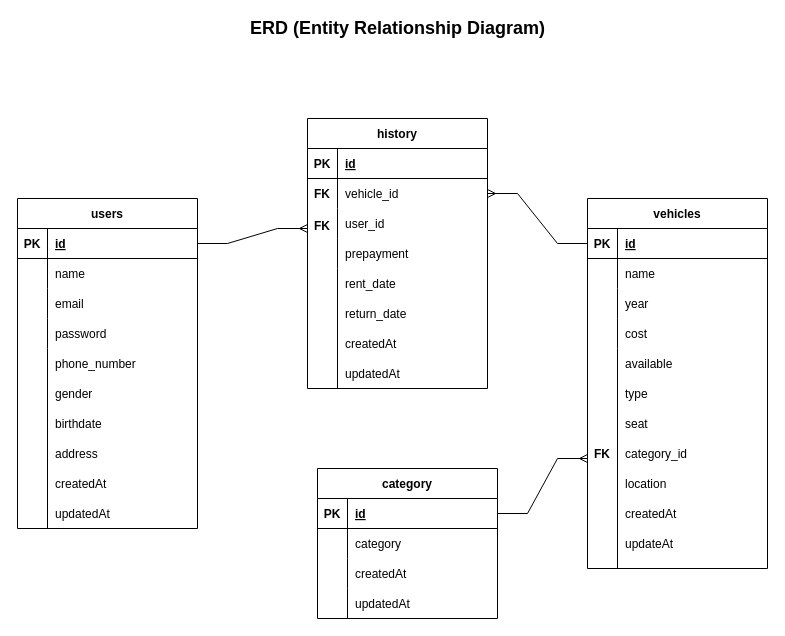
This is page "ERD" (5 of 5) of Flowchart and ERD.drawio from asherginting/Go-Rental-Backend, a draw.io file, before an edit. Source tidied: cells renumbered, new cells numbered last; positions are measured from the earlier drawing's top-left corner, leaving out a move shared by most shapes. Both pictures are drawn from the tidied source at 100%, with x=0, y=0 at pixel (17, 18).
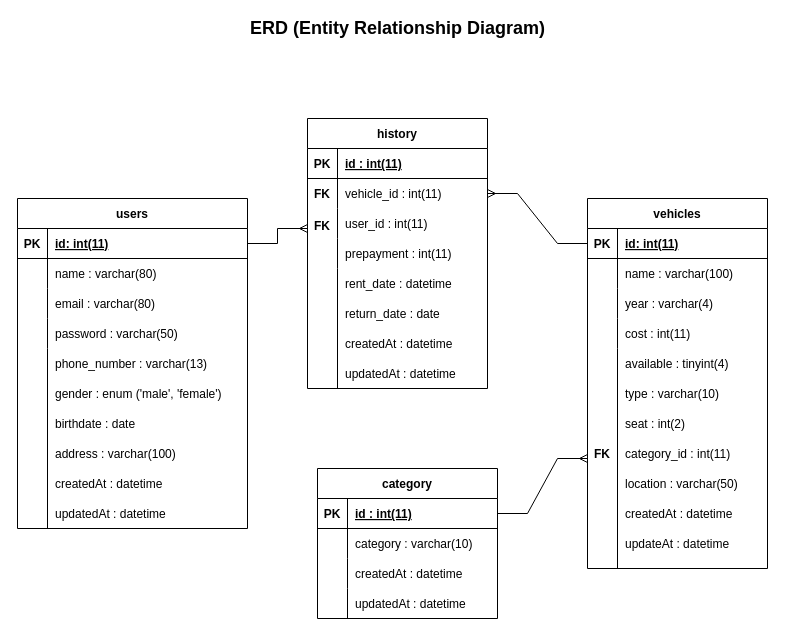
The same page after the edit.

The change refers to these unchanged cells:
```xml
<mxCell id="23" style="shape=tableRow;horizontal=0;startSize=0;swimlaneHead=0;swimlaneBody=0;fillColor=none;top=0;left=0;right=0;bottom=1;fontSize=12;" parent="22" vertex="1">
  <mxGeometry y="30" width="180" height="30" as="geometry" />
</mxCell>
<mxCell id="26" style="shape=tableRow;horizontal=0;startSize=0;swimlaneHead=0;swimlaneBody=0;fillColor=none;points=[[0,0.5],[1,0.5]];portConstraint=eastwest;top=0;left=0;right=0;bottom=0;fontSize=12;" parent="22" vertex="1">
  <mxGeometry y="60" width="180" height="30" as="geometry" />
</mxCell>
<mxCell id="29" style="shape=tableRow;horizontal=0;startSize=0;swimlaneHead=0;swimlaneBody=0;fillColor=none;top=0;left=0;right=0;bottom=0;fontSize=12;" parent="22" vertex="1">
  <mxGeometry y="90" width="180" height="30" as="geometry" />
</mxCell>
<mxCell id="32" style="shape=tableRow;horizontal=0;startSize=0;swimlaneHead=0;swimlaneBody=0;fillColor=none;top=0;left=0;right=0;bottom=0;fontSize=12;" parent="22" vertex="1">
  <mxGeometry y="120" width="180" height="30" as="geometry" />
</mxCell>
<mxCell id="42" style="shape=tableRow;horizontal=0;startSize=0;swimlaneHead=0;swimlaneBody=0;fillColor=none;points=[[0,0.5],[1,0.5]];portConstraint=eastwest;top=0;left=0;right=0;bottom=1;fontSize=12;" parent="41" vertex="1">
  <mxGeometry y="30" width="180" height="30" as="geometry" />
</mxCell>
<mxCell id="45" style="shape=tableRow;horizontal=0;startSize=0;swimlaneHead=0;swimlaneBody=0;fillColor=none;top=0;left=0;right=0;bottom=0;fontSize=12;" parent="41" vertex="1">
  <mxGeometry y="60" width="180" height="30" as="geometry" />
</mxCell>
<mxCell id="48" style="shape=tableRow;horizontal=0;startSize=0;swimlaneHead=0;swimlaneBody=0;fillColor=none;top=0;left=0;right=0;bottom=0;fontSize=12;" parent="41" vertex="1">
  <mxGeometry y="90" width="180" height="30" as="geometry" />
</mxCell>
<mxCell id="51" style="shape=tableRow;horizontal=0;startSize=0;swimlaneHead=0;swimlaneBody=0;fillColor=none;top=0;left=0;right=0;bottom=0;fontSize=12;" parent="41" vertex="1">
  <mxGeometry y="120" width="180" height="30" as="geometry" />
</mxCell>
<mxCell id="66" style="shape=tableRow;horizontal=0;startSize=0;swimlaneHead=0;swimlaneBody=0;fillColor=none;points=[[0,0.5],[1,0.5]];portConstraint=eastwest;top=0;left=0;right=0;bottom=1;fontSize=12;" parent="65" vertex="1">
  <mxGeometry y="30" width="180" height="30" as="geometry" />
</mxCell>
<mxCell id="69" style="shape=tableRow;horizontal=0;startSize=0;swimlaneHead=0;swimlaneBody=0;fillColor=none;top=0;left=0;right=0;bottom=0;fontSize=12;" parent="65" vertex="1">
  <mxGeometry y="60" width="180" height="30" as="geometry" />
</mxCell>
<mxCell id="72" style="shape=tableRow;horizontal=0;startSize=0;swimlaneHead=0;swimlaneBody=0;fillColor=none;top=0;left=0;right=0;bottom=0;fontSize=12;" parent="65" vertex="1">
  <mxGeometry y="90" width="180" height="30" as="geometry" />
</mxCell>
<mxCell id="75" style="shape=tableRow;horizontal=0;startSize=0;swimlaneHead=0;swimlaneBody=0;fillColor=none;top=0;left=0;right=0;bottom=0;fontSize=12;" parent="65" vertex="1">
  <mxGeometry y="120" width="180" height="30" as="geometry" />
</mxCell>
```

What changed in the source:
```diff
@@
     <mxCell id="2" value="users" style="shape=table;startSize=30;childLayout=tableLayout;rowLines=0;fontStyle=1;align=center;fontSize=12;" parent="1" vertex="1">
-      <mxGeometry y="180" width="180" height="330" as="geometry" />
+      <mxGeometry y="180" width="230" height="330" as="geometry" />
     </mxCell>
     <mxCell id="3" style="shape=tableRow;horizontal=0;startSize=0;swimlaneHead=0;swimlaneBody=0;fillColor=none;points=[[0,0.5],[1,0.5]];portConstraint=eastwest;top=0;left=0;right=0;bottom=1;fontSize=12;" parent="2" vertex="1">
-      <mxGeometry y="30" width="180" height="30" as="geometry" />
+      <mxGeometry y="30" width="230" height="30" as="geometry" />
     </mxCell>
@@
-    <mxCell id="5" value="id" style="shape=partialRectangle;fillColor=none;top=0;left=0;bottom=0;right=0;align=left;spacingLeft=6;fontStyle=5;overflow=hidden;fontSize=12;" parent="3" vertex="1">
-      <mxGeometry x="30" width="150" height="30" as="geometry" />
+    <mxCell id="5" value="id: int(11)" style="shape=partialRectangle;fillColor=none;top=0;left=0;bottom=0;right=0;align=left;spacingLeft=6;fontStyle=5;overflow=hidden;fontSize=12;" parent="3" vertex="1">
+      <mxGeometry x="30" width="200" height="30" as="geometry" />
     </mxCell>
     <mxCell id="6" style="shape=tableRow;horizontal=0;startSize=0;swimlaneHead=0;swimlaneBody=0;fillColor=none;top=0;left=0;right=0;bottom=0;fontSize=12;" parent="2" vertex="1">
-      <mxGeometry y="60" width="180" height="30" as="geometry" />
+      <mxGeometry y="60" width="230" height="30" as="geometry" />
     </mxCell>
@@
-    <mxCell id="8" value="name" style="shape=partialRectangle;fillColor=none;top=0;left=0;bottom=0;right=0;align=left;spacingLeft=6;overflow=hidden;fontSize=12;" parent="6" vertex="1">
-      <mxGeometry x="30" width="150" height="30" as="geometry" />
+    <mxCell id="8" value="name : varchar(80)" style="shape=partialRectangle;fillColor=none;top=0;left=0;bottom=0;right=0;align=left;spacingLeft=6;overflow=hidden;fontSize=12;" parent="6" vertex="1">
+      <mxGeometry x="30" width="200" height="30" as="geometry" />
     </mxCell>
     <mxCell id="9" style="shape=tableRow;horizontal=0;startSize=0;swimlaneHead=0;swimlaneBody=0;fillColor=none;top=0;left=0;right=0;bottom=0;fontSize=12;" parent="2" vertex="1">
-      <mxGeometry y="90" width="180" height="30" as="geometry" />
+      <mxGeometry y="90" width="230" height="30" as="geometry" />
     </mxCell>
@@
-    <mxCell id="11" value="email" style="shape=partialRectangle;fillColor=none;top=0;left=0;bottom=0;right=0;align=left;spacingLeft=6;overflow=hidden;fontSize=12;" parent="9" vertex="1">
-      <mxGeometry x="30" width="150" height="30" as="geometry" />
+    <mxCell id="11" value="email : varchar(80)" style="shape=partialRectangle;fillColor=none;top=0;left=0;bottom=0;right=0;align=left;spacingLeft=6;overflow=hidden;fontSize=12;" parent="9" vertex="1">
+      <mxGeometry x="30" width="200" height="30" as="geometry" />
     </mxCell>
     <mxCell id="12" style="shape=tableRow;horizontal=0;startSize=0;swimlaneHead=0;swimlaneBody=0;fillColor=none;top=0;left=0;right=0;bottom=0;fontSize=12;" parent="2" vertex="1">
-      <mxGeometry y="120" width="180" height="30" as="geometry" />
+      <mxGeometry y="120" width="230" height="30" as="geometry" />
     </mxCell>
@@
-    <mxCell id="14" value="password" style="shape=partialRectangle;fillColor=none;top=0;left=0;bottom=0;right=0;align=left;spacingLeft=6;overflow=hidden;fontSize=12;" parent="12" vertex="1">
-      <mxGeometry x="30" width="150" height="30" as="geometry" />
+    <mxCell id="14" value="password : varchar(50)" style="shape=partialRectangle;fillColor=none;top=0;left=0;bottom=0;right=0;align=left;spacingLeft=6;overflow=hidden;fontSize=12;" parent="12" vertex="1">
+      <mxGeometry x="30" width="200" height="30" as="geometry" />
     </mxCell>
-    <mxCell id="15" value="phone_number" style="shape=partialRectangle;fillColor=none;top=0;left=0;bottom=0;right=0;align=left;spacingLeft=6;overflow=hidden;fontSize=12;" parent="1" vertex="1">
-      <mxGeometry x="30" y="330" width="150" height="30" as="geometry" />
+    <mxCell id="15" value="phone_number : varchar(13)" style="shape=partialRectangle;fillColor=none;top=0;left=0;bottom=0;right=0;align=left;spacingLeft=6;overflow=hidden;fontSize=12;" parent="1" vertex="1">
+      <mxGeometry x="30" y="330" width="170" height="30" as="geometry" />
     </mxCell>
-    <mxCell id="16" value="gender" style="shape=partialRectangle;fillColor=none;top=0;left=0;bottom=0;right=0;align=left;spacingLeft=6;overflow=hidden;fontSize=12;" parent="1" vertex="1">
-      <mxGeometry x="30" y="360" width="150" height="30" as="geometry" />
+    <mxCell id="16" value="gender : enum ('male', 'female')" style="shape=partialRectangle;fillColor=none;top=0;left=0;bottom=0;right=0;align=left;spacingLeft=6;overflow=hidden;fontSize=12;" parent="1" vertex="1">
+      <mxGeometry x="30" y="360" width="180" height="30" as="geometry" />
     </mxCell>
-    <mxCell id="17" value="birthdate" style="shape=partialRectangle;fillColor=none;top=0;left=0;bottom=0;right=0;align=left;spacingLeft=6;overflow=hidden;fontSize=12;" parent="1" vertex="1">
+    <mxCell id="17" value="birthdate : date" style="shape=partialRectangle;fillColor=none;top=0;left=0;bottom=0;right=0;align=left;spacingLeft=6;overflow=hidden;fontSize=12;" parent="1" vertex="1">
       <mxGeometry x="30" y="390" width="150" height="30" as="geometry" />
     </mxCell>
@@
-    <mxCell id="19" value="address" style="shape=partialRectangle;fillColor=none;top=0;left=0;bottom=0;right=0;align=left;spacingLeft=6;overflow=hidden;fontSize=12;" parent="1" vertex="1">
+    <mxCell id="19" value="address : varchar(100)" style="shape=partialRectangle;fillColor=none;top=0;left=0;bottom=0;right=0;align=left;spacingLeft=6;overflow=hidden;fontSize=12;" parent="1" vertex="1">
       <mxGeometry x="30" y="420" width="150" height="30" as="geometry" />
     </mxCell>
-    <mxCell id="20" value="createdAt" style="shape=partialRectangle;fillColor=none;top=0;left=0;bottom=0;right=0;align=left;spacingLeft=6;overflow=hidden;fontSize=12;" parent="1" vertex="1">
+    <mxCell id="20" value="createdAt : datetime" style="shape=partialRectangle;fillColor=none;top=0;left=0;bottom=0;right=0;align=left;spacingLeft=6;overflow=hidden;fontSize=12;" parent="1" vertex="1">
       <mxGeometry x="30" y="450" width="150" height="30" as="geometry" />
     </mxCell>
-    <mxCell id="21" value="updatedAt" style="shape=partialRectangle;fillColor=none;top=0;left=0;bottom=0;right=0;align=left;spacingLeft=6;overflow=hidden;fontSize=12;" parent="1" vertex="1">
+    <mxCell id="21" value="updatedAt : datetime" style="shape=partialRectangle;fillColor=none;top=0;left=0;bottom=0;right=0;align=left;spacingLeft=6;overflow=hidden;fontSize=12;" parent="1" vertex="1">
       <mxGeometry x="30" y="480" width="150" height="30" as="geometry" />
     </mxCell>
@@
-    <mxCell id="25" value="id" style="shape=partialRectangle;fillColor=none;top=0;left=0;bottom=0;right=0;align=left;spacingLeft=6;fontStyle=5;overflow=hidden;fontSize=12;" parent="23" vertex="1">
+    <mxCell id="25" value="id : int(11)" style="shape=partialRectangle;fillColor=none;top=0;left=0;bottom=0;right=0;align=left;spacingLeft=6;fontStyle=5;overflow=hidden;fontSize=12;" parent="23" vertex="1">
       <mxGeometry x="30" width="150" height="30" as="geometry" />
     </mxCell>
@@
-    <mxCell id="28" value="vehicle_id" style="shape=partialRectangle;fillColor=none;top=0;left=0;bottom=0;right=0;align=left;spacingLeft=6;overflow=hidden;fontSize=12;" parent="26" vertex="1">
+    <mxCell id="28" value="vehicle_id : int(11)" style="shape=partialRectangle;fillColor=none;top=0;left=0;bottom=0;right=0;align=left;spacingLeft=6;overflow=hidden;fontSize=12;" parent="26" vertex="1">
       <mxGeometry x="30" width="150" height="30" as="geometry" />
     </mxCell>
@@
-    <mxCell id="31" value="user_id" style="shape=partialRectangle;fillColor=none;top=0;left=0;bottom=0;right=0;align=left;spacingLeft=6;overflow=hidden;fontSize=12;" parent="29" vertex="1">
+    <mxCell id="31" value="user_id : int(11)" style="shape=partialRectangle;fillColor=none;top=0;left=0;bottom=0;right=0;align=left;spacingLeft=6;overflow=hidden;fontSize=12;" parent="29" vertex="1">
       <mxGeometry x="30" width="150" height="30" as="geometry" />
     </mxCell>
@@
-    <mxCell id="34" value="prepayment" style="shape=partialRectangle;fillColor=none;top=0;left=0;bottom=0;right=0;align=left;spacingLeft=6;overflow=hidden;fontSize=12;" parent="32" vertex="1">
+    <mxCell id="34" value="prepayment : int(11)" style="shape=partialRectangle;fillColor=none;top=0;left=0;bottom=0;right=0;align=left;spacingLeft=6;overflow=hidden;fontSize=12;" parent="32" vertex="1">
       <mxGeometry x="30" width="150" height="30" as="geometry" />
     </mxCell>
-    <mxCell id="35" value="rent_date" style="shape=partialRectangle;fillColor=none;top=0;left=0;bottom=0;right=0;align=left;spacingLeft=6;overflow=hidden;fontSize=12;" parent="1" vertex="1">
+    <mxCell id="35" value="rent_date : datetime" style="shape=partialRectangle;fillColor=none;top=0;left=0;bottom=0;right=0;align=left;spacingLeft=6;overflow=hidden;fontSize=12;" parent="1" vertex="1">
       <mxGeometry x="320" y="250" width="150" height="30" as="geometry" />
     </mxCell>
-    <mxCell id="36" value="return_date" style="shape=partialRectangle;fillColor=none;top=0;left=0;bottom=0;right=0;align=left;spacingLeft=6;overflow=hidden;fontSize=12;" parent="1" vertex="1">
+    <mxCell id="36" value="return_date : date" style="shape=partialRectangle;fillColor=none;top=0;left=0;bottom=0;right=0;align=left;spacingLeft=6;overflow=hidden;fontSize=12;" parent="1" vertex="1">
       <mxGeometry x="320" y="280" width="150" height="30" as="geometry" />
     </mxCell>
-    <mxCell id="37" value="createdAt" style="shape=partialRectangle;fillColor=none;top=0;left=0;bottom=0;right=0;align=left;spacingLeft=6;overflow=hidden;fontSize=12;" parent="1" vertex="1">
+    <mxCell id="37" value="createdAt : datetime" style="shape=partialRectangle;fillColor=none;top=0;left=0;bottom=0;right=0;align=left;spacingLeft=6;overflow=hidden;fontSize=12;" parent="1" vertex="1">
       <mxGeometry x="320" y="310" width="150" height="30" as="geometry" />
     </mxCell>
@@
-    <mxCell id="39" value="updatedAt" style="shape=partialRectangle;fillColor=none;top=0;left=0;bottom=0;right=0;align=left;spacingLeft=6;overflow=hidden;fontSize=12;" parent="1" vertex="1">
+    <mxCell id="39" value="updatedAt : datetime" style="shape=partialRectangle;fillColor=none;top=0;left=0;bottom=0;right=0;align=left;spacingLeft=6;overflow=hidden;fontSize=12;" parent="1" vertex="1">
       <mxGeometry x="320" y="340" width="150" height="30" as="geometry" />
     </mxCell>
@@
-    <mxCell id="44" value="id" style="shape=partialRectangle;fillColor=none;top=0;left=0;bottom=0;right=0;align=left;spacingLeft=6;fontStyle=5;overflow=hidden;fontSize=12;" parent="42" vertex="1">
+    <mxCell id="44" value="id: int(11)" style="shape=partialRectangle;fillColor=none;top=0;left=0;bottom=0;right=0;align=left;spacingLeft=6;fontStyle=5;overflow=hidden;fontSize=12;" parent="42" vertex="1">
       <mxGeometry x="30" width="150" height="30" as="geometry" />
     </mxCell>
@@
-    <mxCell id="47" value="name" style="shape=partialRectangle;fillColor=none;top=0;left=0;bottom=0;right=0;align=left;spacingLeft=6;overflow=hidden;fontSize=12;" parent="45" vertex="1">
+    <mxCell id="47" value="name : varchar(100)" style="shape=partialRectangle;fillColor=none;top=0;left=0;bottom=0;right=0;align=left;spacingLeft=6;overflow=hidden;fontSize=12;" parent="45" vertex="1">
       <mxGeometry x="30" width="150" height="30" as="geometry" />
     </mxCell>
@@
-    <mxCell id="50" value="year" style="shape=partialRectangle;fillColor=none;top=0;left=0;bottom=0;right=0;align=left;spacingLeft=6;overflow=hidden;fontSize=12;" parent="48" vertex="1">
+    <mxCell id="50" value="year : varchar(4)" style="shape=partialRectangle;fillColor=none;top=0;left=0;bottom=0;right=0;align=left;spacingLeft=6;overflow=hidden;fontSize=12;" parent="48" vertex="1">
       <mxGeometry x="30" width="150" height="30" as="geometry" />
     </mxCell>
@@
-    <mxCell id="53" value="cost" style="shape=partialRectangle;fillColor=none;top=0;left=0;bottom=0;right=0;align=left;spacingLeft=6;overflow=hidden;fontSize=12;" parent="51" vertex="1">
+    <mxCell id="53" value="cost : int(11)" style="shape=partialRectangle;fillColor=none;top=0;left=0;bottom=0;right=0;align=left;spacingLeft=6;overflow=hidden;fontSize=12;" parent="51" vertex="1">
       <mxGeometry x="30" width="150" height="30" as="geometry" />
     </mxCell>
-    <mxCell id="54" value="available" style="shape=partialRectangle;fillColor=none;top=0;left=0;bottom=0;right=0;align=left;spacingLeft=6;overflow=hidden;fontSize=12;" parent="1" vertex="1">
+    <mxCell id="54" value="available : tinyint(4)" style="shape=partialRectangle;fillColor=none;top=0;left=0;bottom=0;right=0;align=left;spacingLeft=6;overflow=hidden;fontSize=12;" parent="1" vertex="1">
       <mxGeometry x="600" y="330" width="150" height="30" as="geometry" />
     </mxCell>
-    <mxCell id="55" value="type" style="shape=partialRectangle;fillColor=none;top=0;left=0;bottom=0;right=0;align=left;spacingLeft=6;overflow=hidden;fontSize=12;" parent="1" vertex="1">
+    <mxCell id="55" value="type : varchar(10)" style="shape=partialRectangle;fillColor=none;top=0;left=0;bottom=0;right=0;align=left;spacingLeft=6;overflow=hidden;fontSize=12;" parent="1" vertex="1">
       <mxGeometry x="600" y="360" width="150" height="30" as="geometry" />
     </mxCell>
-    <mxCell id="56" value="seat" style="shape=partialRectangle;fillColor=none;top=0;left=0;bottom=0;right=0;align=left;spacingLeft=6;overflow=hidden;fontSize=12;" parent="1" vertex="1">
+    <mxCell id="56" value="seat : int(2)" style="shape=partialRectangle;fillColor=none;top=0;left=0;bottom=0;right=0;align=left;spacingLeft=6;overflow=hidden;fontSize=12;" parent="1" vertex="1">
       <mxGeometry x="600" y="390" width="150" height="30" as="geometry" />
     </mxCell>
@@
-    <mxCell id="58" value="category_id" style="shape=partialRectangle;fillColor=none;top=0;left=0;bottom=0;right=0;align=left;spacingLeft=6;overflow=hidden;fontSize=12;" parent="1" vertex="1">
+    <mxCell id="58" value="category_id : int(11)" style="shape=partialRectangle;fillColor=none;top=0;left=0;bottom=0;right=0;align=left;spacingLeft=6;overflow=hidden;fontSize=12;" parent="1" vertex="1">
       <mxGeometry x="600" y="420" width="150" height="30" as="geometry" />
     </mxCell>
-    <mxCell id="59" value="location" style="shape=partialRectangle;fillColor=none;top=0;left=0;bottom=0;right=0;align=left;spacingLeft=6;overflow=hidden;fontSize=12;" parent="1" vertex="1">
+    <mxCell id="59" value="location : varchar(50)" style="shape=partialRectangle;fillColor=none;top=0;left=0;bottom=0;right=0;align=left;spacingLeft=6;overflow=hidden;fontSize=12;" parent="1" vertex="1">
       <mxGeometry x="600" y="450" width="150" height="30" as="geometry" />
     </mxCell>
-    <mxCell id="60" value="createdAt" style="shape=partialRectangle;fillColor=none;top=0;left=0;bottom=0;right=0;align=left;spacingLeft=6;overflow=hidden;fontSize=12;" parent="1" vertex="1">
+    <mxCell id="60" value="createdAt : datetime" style="shape=partialRectangle;fillColor=none;top=0;left=0;bottom=0;right=0;align=left;spacingLeft=6;overflow=hidden;fontSize=12;" parent="1" vertex="1">
       <mxGeometry x="600" y="480" width="150" height="30" as="geometry" />
     </mxCell>
@@
-    <mxCell id="68" value="id" style="shape=partialRectangle;fillColor=none;top=0;left=0;bottom=0;right=0;align=left;spacingLeft=6;fontStyle=5;overflow=hidden;fontSize=12;" parent="66" vertex="1">
+    <mxCell id="68" value="id : int(11)" style="shape=partialRectangle;fillColor=none;top=0;left=0;bottom=0;right=0;align=left;spacingLeft=6;fontStyle=5;overflow=hidden;fontSize=12;" parent="66" vertex="1">
       <mxGeometry x="30" width="150" height="30" as="geometry" />
     </mxCell>
@@
-    <mxCell id="71" value="category" style="shape=partialRectangle;fillColor=none;top=0;left=0;bottom=0;right=0;align=left;spacingLeft=6;overflow=hidden;fontSize=12;" parent="69" vertex="1">
+    <mxCell id="71" value="category : varchar(10)" style="shape=partialRectangle;fillColor=none;top=0;left=0;bottom=0;right=0;align=left;spacingLeft=6;overflow=hidden;fontSize=12;" parent="69" vertex="1">
       <mxGeometry x="30" width="150" height="30" as="geometry" />
     </mxCell>
@@
-    <mxCell id="74" value="createdAt" style="shape=partialRectangle;fillColor=none;top=0;left=0;bottom=0;right=0;align=left;spacingLeft=6;overflow=hidden;fontSize=12;" parent="72" vertex="1">
+    <mxCell id="74" value="createdAt : datetime" style="shape=partialRectangle;fillColor=none;top=0;left=0;bottom=0;right=0;align=left;spacingLeft=6;overflow=hidden;fontSize=12;" parent="72" vertex="1">
       <mxGeometry x="30" width="150" height="30" as="geometry" />
     </mxCell>
@@
-    <mxCell id="77" value="updatedAt" style="shape=partialRectangle;fillColor=none;top=0;left=0;bottom=0;right=0;align=left;spacingLeft=6;overflow=hidden;fontSize=12;" parent="75" vertex="1">
+    <mxCell id="77" value="updatedAt : datetime" style="shape=partialRectangle;fillColor=none;top=0;left=0;bottom=0;right=0;align=left;spacingLeft=6;overflow=hidden;fontSize=12;" parent="75" vertex="1">
       <mxGeometry x="30" width="150" height="30" as="geometry" />
     </mxCell>
@@
-    <mxCell id="80" value="updateAt" style="shape=partialRectangle;fillColor=none;top=0;left=0;bottom=0;right=0;align=left;spacingLeft=6;overflow=hidden;fontSize=12;" parent="1" vertex="1">
+    <mxCell id="80" value="updateAt : datetime" style="shape=partialRectangle;fillColor=none;top=0;left=0;bottom=0;right=0;align=left;spacingLeft=6;overflow=hidden;fontSize=12;" parent="1" vertex="1">
       <mxGeometry x="600" y="510" width="150" height="30" as="geometry" />
     </mxCell>
```
